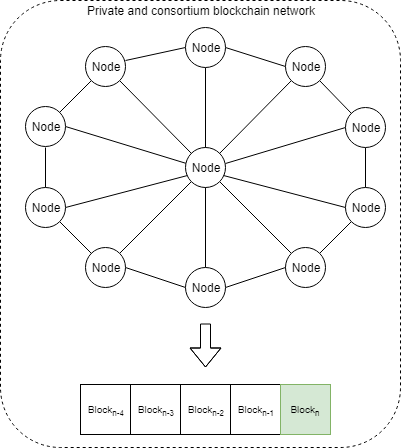
Earlier version of the draw.io export docs/blockchain/technologie/images/blockchain_private.png (suiody/book). Source tidied: cells renumbered, new cells last; positions are measured from the earlier drawing's top-left corner, leaving out a move shared by most shapes. Its diagram source:
```xml
<mxGraphModel background="#ffffff">
  <root>
    <mxCell id="0" />
    <mxCell id="1" parent="0" />
    <mxCell id="2" style="edgeStyle=none;rounded=0;html=1;entryX=0.5;entryY=0;endArrow=none;endFill=0;jettySize=auto;" parent="1" edge="1" target="25">
      <mxGeometry relative="1" as="geometry">
        <mxPoint x="45" y="147" as="sourcePoint" />
      </mxGeometry>
    </mxCell>
    <mxCell id="3" style="edgeStyle=none;rounded=0;html=1;exitX=1;exitY=0.5;entryX=0.033;entryY=0.4;endArrow=none;endFill=0;jettySize=auto;entryPerimeter=0;" parent="1" edge="1" source="4" target="17">
      <mxGeometry relative="1" as="geometry" />
    </mxCell>
    <mxCell id="4" value="Node" style="ellipse;whiteSpace=wrap;html=1;" parent="1" vertex="1">
      <mxGeometry x="25" y="106" width="40" height="40" as="geometry" />
    </mxCell>
    <mxCell id="5" style="edgeStyle=none;rounded=0;html=1;exitX=1;exitY=0;entryX=0;entryY=1;endArrow=none;endFill=0;jettySize=auto;" parent="1" edge="1" source="7" target="17">
      <mxGeometry relative="1" as="geometry" />
    </mxCell>
    <mxCell id="6" style="edgeStyle=none;rounded=0;html=1;exitX=1;exitY=0.5;endArrow=none;endFill=0;jettySize=auto;entryX=0;entryY=0.5;" parent="1" edge="1" source="7" target="36">
      <mxGeometry relative="1" as="geometry" />
    </mxCell>
    <mxCell id="7" value="Node" style="ellipse;whiteSpace=wrap;html=1;" parent="1" vertex="1">
      <mxGeometry x="85" y="247" width="40" height="40" as="geometry" />
    </mxCell>
    <mxCell id="8" style="edgeStyle=none;rounded=0;html=1;exitX=1;exitY=0;entryX=0;entryY=1;endArrow=none;endFill=0;jettySize=auto;" parent="1" edge="1" source="10" target="22">
      <mxGeometry relative="1" as="geometry" />
    </mxCell>
    <mxCell id="9" style="edgeStyle=none;rounded=0;html=1;exitX=0;exitY=0;entryX=1;entryY=1;endArrow=none;endFill=0;jettySize=auto;" parent="1" edge="1" source="10" target="17">
      <mxGeometry relative="1" as="geometry" />
    </mxCell>
    <mxCell id="10" value="Node" style="ellipse;whiteSpace=wrap;html=1;" parent="1" vertex="1">
      <mxGeometry x="285" y="247" width="40" height="40" as="geometry" />
    </mxCell>
    <mxCell id="11" value="&lt;font style=&quot;font-size: 10px&quot;&gt;Block&lt;sub&gt;n-4&lt;/sub&gt;&lt;/font&gt;" style="whiteSpace=wrap;html=1;" parent="1" vertex="1">
      <mxGeometry x="80" y="384" width="50" height="50" as="geometry" />
    </mxCell>
    <mxCell id="12" value="&lt;font style=&quot;font-size: 10px&quot;&gt;Block&lt;sub&gt;n-3&lt;/sub&gt;&lt;/font&gt;" style="whiteSpace=wrap;html=1;" parent="1" vertex="1">
      <mxGeometry x="130" y="384" width="50" height="50" as="geometry" />
    </mxCell>
    <mxCell id="13" value="&lt;font style=&quot;font-size: 10px&quot;&gt;Block&lt;sub&gt;n-2&lt;/sub&gt;&lt;/font&gt;" style="whiteSpace=wrap;html=1;" parent="1" vertex="1">
      <mxGeometry x="180" y="384" width="50" height="50" as="geometry" />
    </mxCell>
    <mxCell id="14" value="&lt;font style=&quot;font-size: 10px&quot;&gt;Block&lt;sub&gt;n-1&lt;/sub&gt;&lt;/font&gt;" style="whiteSpace=wrap;html=1;" parent="1" vertex="1">
      <mxGeometry x="230" y="384" width="50" height="50" as="geometry" />
    </mxCell>
    <mxCell id="15" value="&lt;font style=&quot;font-size: 10px&quot;&gt;Block&lt;sub&gt;n&lt;/sub&gt;&lt;/font&gt;" style="whiteSpace=wrap;html=1;fillColor=#d5e8d4;strokeColor=#82b366;" parent="1" vertex="1">
      <mxGeometry x="280" y="384" width="50" height="50" as="geometry" />
    </mxCell>
    <mxCell id="16" style="shape=flexArrow;endArrow=classic;html=1;fillColor=#ffffff;" parent="1" edge="1">
      <mxGeometry relative="1" as="geometry">
        <mxPoint x="205" y="323" as="sourcePoint" />
        <mxPoint x="205" y="367" as="targetPoint" />
        <Array as="points">
          <mxPoint x="205" y="367" />
        </Array>
      </mxGeometry>
    </mxCell>
    <mxCell id="17" value="Node" style="ellipse;whiteSpace=wrap;html=1;" parent="1" vertex="1">
      <mxGeometry x="185" y="147" width="40" height="40" as="geometry" />
    </mxCell>
    <mxCell id="18" style="edgeStyle=none;rounded=0;html=1;exitX=0.5;exitY=1;entryX=0.5;entryY=0;endArrow=none;endFill=0;jettySize=auto;" parent="1" edge="1" source="20" target="22">
      <mxGeometry relative="1" as="geometry" />
    </mxCell>
    <mxCell id="19" style="edgeStyle=none;rounded=0;html=1;exitX=0;exitY=0.5;entryX=0.992;entryY=0.4;endArrow=none;endFill=0;jettySize=auto;entryPerimeter=0;" parent="1" edge="1" source="20" target="17">
      <mxGeometry relative="1" as="geometry" />
    </mxCell>
    <mxCell id="20" value="Node" style="ellipse;whiteSpace=wrap;html=1;" parent="1" vertex="1">
      <mxGeometry x="345" y="107" width="40" height="40" as="geometry" />
    </mxCell>
    <mxCell id="21" style="edgeStyle=none;rounded=0;html=1;exitX=0;exitY=0.5;endArrow=none;endFill=0;jettySize=auto;entryX=0.958;entryY=0.692;entryPerimeter=0;" parent="1" edge="1" source="22" target="17">
      <mxGeometry relative="1" as="geometry" />
    </mxCell>
    <mxCell id="22" value="Node" style="ellipse;whiteSpace=wrap;html=1;" parent="1" vertex="1">
      <mxGeometry x="345" y="187" width="40" height="40" as="geometry" />
    </mxCell>
    <mxCell id="23" style="edgeStyle=none;rounded=0;html=1;exitX=1;exitY=1;entryX=0;entryY=0;endArrow=none;endFill=0;jettySize=auto;" parent="1" edge="1" source="25" target="7">
      <mxGeometry relative="1" as="geometry" />
    </mxCell>
    <mxCell id="24" style="edgeStyle=none;rounded=0;html=1;exitX=1;exitY=0.5;entryX=0.05;entryY=0.7;endArrow=none;endFill=0;jettySize=auto;entryPerimeter=0;" parent="1" edge="1" source="25" target="17">
      <mxGeometry relative="1" as="geometry" />
    </mxCell>
    <mxCell id="25" value="Node" style="ellipse;whiteSpace=wrap;html=1;" parent="1" vertex="1">
      <mxGeometry x="25" y="187" width="40" height="40" as="geometry" />
    </mxCell>
    <mxCell id="26" style="edgeStyle=none;rounded=0;html=1;exitX=0;exitY=1;entryX=1;entryY=0;endArrow=none;endFill=0;jettySize=auto;" parent="1" edge="1" source="28" target="4">
      <mxGeometry relative="1" as="geometry" />
    </mxCell>
    <mxCell id="27" style="edgeStyle=none;rounded=0;html=1;exitX=1;exitY=1;endArrow=none;endFill=0;jettySize=auto;" parent="1" edge="1" source="28">
      <mxGeometry relative="1" as="geometry">
        <mxPoint x="191" y="153" as="targetPoint" />
      </mxGeometry>
    </mxCell>
    <mxCell id="28" value="Node" style="ellipse;whiteSpace=wrap;html=1;" parent="1" vertex="1">
      <mxGeometry x="85" y="46" width="40" height="40" as="geometry" />
    </mxCell>
    <mxCell id="29" style="edgeStyle=none;rounded=0;html=1;exitX=0;exitY=0.5;entryX=1;entryY=0.35;endArrow=none;endFill=0;jettySize=auto;entryPerimeter=0;" parent="1" edge="1" source="33" target="28">
      <mxGeometry relative="1" as="geometry" />
    </mxCell>
    <mxCell id="30" style="edgeStyle=none;rounded=0;html=1;exitX=1;exitY=1;entryX=0;entryY=0;endArrow=none;endFill=0;jettySize=auto;" parent="1" edge="1" source="38" target="20">
      <mxGeometry relative="1" as="geometry" />
    </mxCell>
    <mxCell id="31" style="edgeStyle=none;rounded=0;html=1;exitX=1;exitY=0.5;entryX=0;entryY=0.5;endArrow=none;endFill=0;jettySize=auto;" parent="1" edge="1" source="33" target="38">
      <mxGeometry relative="1" as="geometry" />
    </mxCell>
    <mxCell id="32" style="edgeStyle=none;rounded=0;html=1;exitX=0.5;exitY=1;entryX=0.5;entryY=0;endArrow=none;endFill=0;jettySize=auto;" parent="1" edge="1" source="33" target="17">
      <mxGeometry relative="1" as="geometry" />
    </mxCell>
    <mxCell id="33" value="Node" style="ellipse;whiteSpace=wrap;html=1;" parent="1" vertex="1">
      <mxGeometry x="185" y="27" width="40" height="40" as="geometry" />
    </mxCell>
    <mxCell id="34" style="edgeStyle=none;rounded=0;html=1;exitX=1;exitY=0.5;entryX=0;entryY=0.5;endArrow=none;endFill=0;jettySize=auto;" parent="1" edge="1" source="36" target="10">
      <mxGeometry relative="1" as="geometry" />
    </mxCell>
    <mxCell id="35" style="edgeStyle=none;rounded=0;html=1;exitX=0.5;exitY=0;entryX=0.5;entryY=1;endArrow=none;endFill=0;jettySize=auto;" parent="1" edge="1" source="36" target="17">
      <mxGeometry relative="1" as="geometry" />
    </mxCell>
    <mxCell id="36" value="Node" style="ellipse;whiteSpace=wrap;html=1;" parent="1" vertex="1">
      <mxGeometry x="185" y="267" width="40" height="40" as="geometry" />
    </mxCell>
    <mxCell id="37" style="edgeStyle=none;rounded=0;html=1;exitX=0;exitY=1;entryX=1;entryY=0;endArrow=none;endFill=0;jettySize=auto;" parent="1" edge="1" source="38" target="17">
      <mxGeometry relative="1" as="geometry" />
    </mxCell>
    <mxCell id="38" value="Node" style="ellipse;whiteSpace=wrap;html=1;" parent="1" vertex="1">
      <mxGeometry x="285" y="46" width="40" height="40" as="geometry" />
    </mxCell>
    <mxCell id="39" style="edgeStyle=none;rounded=0;html=1;exitX=0.5;exitY=0;endArrow=none;endFill=0;jettySize=auto;orthogonalLoop=1;" parent="1" edge="1" source="36" target="36">
      <mxGeometry relative="1" as="geometry" />
    </mxCell>
    <mxCell id="40" style="rounded=1;whiteSpace=wrap;html=1;fillColor=none;dashed=1;fontStyle=1;" parent="1" vertex="1">
      <mxGeometry width="400" height="447" as="geometry" />
    </mxCell>
    <mxCell id="41" value="Private and consortium blockchain network" style="text;html=1;strokeColor=none;fillColor=none;align=center;verticalAlign=middle;whiteSpace=wrap;rounded=0;dashed=1;" parent="1" vertex="1">
      <mxGeometry x="80" width="240" height="20" as="geometry" />
    </mxCell>
  </root>
</mxGraphModel>
```
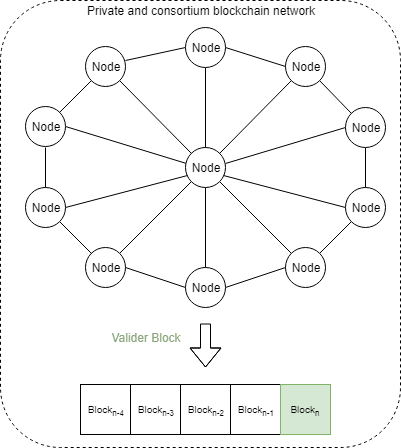
Above is the later version.

The edit, as a diff of the source:
```diff
@@ -132,5 +132,8 @@
     <mxCell id="41" value="Private and consortium blockchain network" style="text;html=1;strokeColor=none;fillColor=none;align=center;verticalAlign=middle;whiteSpace=wrap;rounded=0;dashed=1;" parent="1" vertex="1">
       <mxGeometry x="80" width="240" height="20" as="geometry" />
     </mxCell>
+    <mxCell id="42" value="Valider Block" style="text;html=1;strokeColor=none;fillColor=none;align=center;verticalAlign=middle;whiteSpace=wrap;rounded=0;fontColor=#89A67A;" parent="1" vertex="1">
+      <mxGeometry x="106" y="327" width="80" height="20" as="geometry" />
+    </mxCell>
   </root>
 </mxGraphModel>
```
